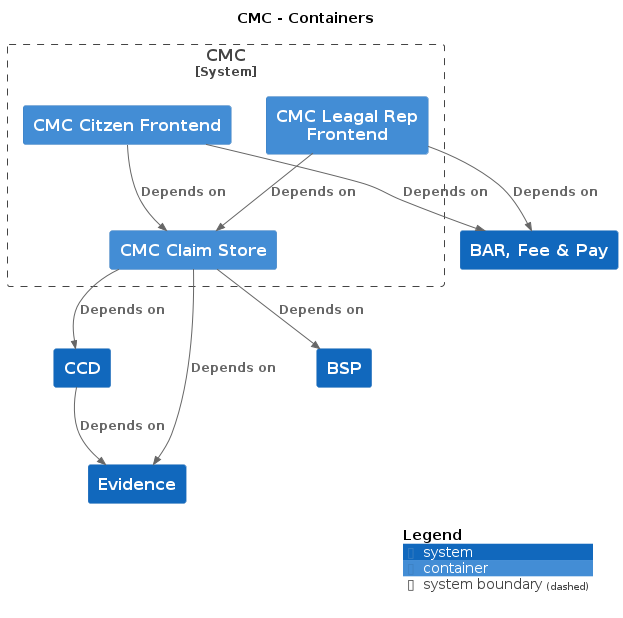
Before: docs/c4/cmc/images/structurizr-cmc-overview.png, a diagram exported from PlantUML (hmcts/cnp-api-docs). The source it was exported from:
```plantuml
@startuml
set separator none
title CMC - Containers

top to bottom direction

!include <C4/C4>
!include <C4/C4_Context>
!include <C4/C4_Container>

System(CCD, "CCD", $descr="", $tags="", $link="")
System(BSP, "BSP", $descr="", $tags="", $link="")
System(BARFeePay, "BAR, Fee & Pay", $descr="", $tags="", $link="")
System(Evidence, "Evidence", $descr="", $tags="", $link="")

System_Boundary("CMC_boundary", "CMC", $tags="") {
  Container(CMC.CMCCitzenFrontend, "CMC Citzen Frontend", $techn="", $descr="", $tags="", $link="")
  Container(CMC.CMCLeagalRepFrontend, "CMC Leagal Rep Frontend", $techn="", $descr="", $tags="", $link="")
  Container(CMC.CMCClaimStore, "CMC Claim Store", $techn="", $descr="", $tags="", $link="")
}

Rel_D(CCD, Evidence, "Depends on", $techn="", $tags="", $link="")
Rel_D(CMC.CMCCitzenFrontend, CMC.CMCClaimStore, "Depends on", $techn="", $tags="", $link="")
Rel_D(CMC.CMCCitzenFrontend, BARFeePay, "Depends on", $techn="", $tags="", $link="")
Rel_D(CMC.CMCLeagalRepFrontend, CMC.CMCClaimStore, "Depends on", $techn="", $tags="", $link="")
Rel_D(CMC.CMCLeagalRepFrontend, BARFeePay, "Depends on", $techn="", $tags="", $link="")
Rel_D(CMC.CMCClaimStore, CCD, "Depends on", $techn="", $tags="", $link="")
Rel_D(CMC.CMCClaimStore, Evidence, "Depends on", $techn="", $tags="", $link="")
Rel_D(CMC.CMCClaimStore, BSP, "Depends on", $techn="", $tags="", $link="")

SHOW_DYNAMIC_LEGEND()
@enduml
```
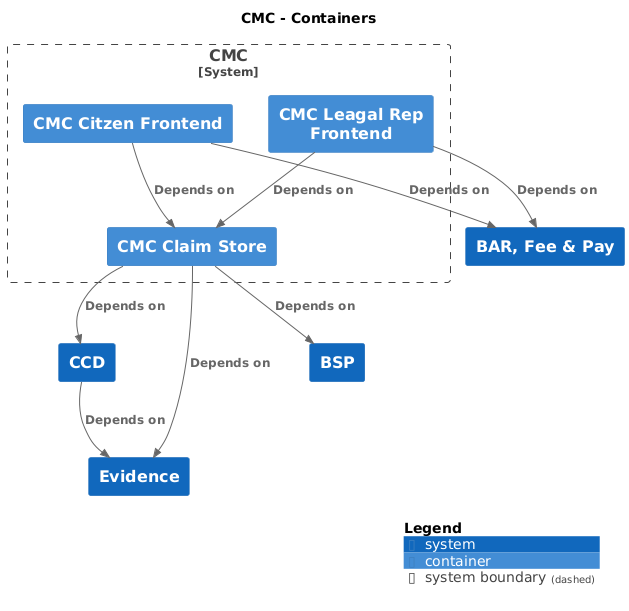
The same diagram one commit later.

Diff of the diagram source:
```diff
@@ -8,10 +8,10 @@
 !include <C4/C4_Context>
 !include <C4/C4_Container>
 
+System(BARFeePay, "BAR, Fee & Pay", $descr="", $tags="", $link="")
 System(CCD, "CCD", $descr="", $tags="", $link="")
+System(Evidence, "Evidence", $descr="", $tags="", $link="")
 System(BSP, "BSP", $descr="", $tags="", $link="")
-System(BARFeePay, "BAR, Fee & Pay", $descr="", $tags="", $link="")
-System(Evidence, "Evidence", $descr="", $tags="", $link="")
 
 System_Boundary("CMC_boundary", "CMC", $tags="") {
   Container(CMC.CMCCitzenFrontend, "CMC Citzen Frontend", $techn="", $descr="", $tags="", $link="")
@@ -19,14 +19,14 @@
   Container(CMC.CMCClaimStore, "CMC Claim Store", $techn="", $descr="", $tags="", $link="")
 }
 
-Rel_D(CCD, Evidence, "Depends on", $techn="", $tags="", $link="")
-Rel_D(CMC.CMCCitzenFrontend, CMC.CMCClaimStore, "Depends on", $techn="", $tags="", $link="")
-Rel_D(CMC.CMCCitzenFrontend, BARFeePay, "Depends on", $techn="", $tags="", $link="")
-Rel_D(CMC.CMCLeagalRepFrontend, CMC.CMCClaimStore, "Depends on", $techn="", $tags="", $link="")
-Rel_D(CMC.CMCLeagalRepFrontend, BARFeePay, "Depends on", $techn="", $tags="", $link="")
-Rel_D(CMC.CMCClaimStore, CCD, "Depends on", $techn="", $tags="", $link="")
-Rel_D(CMC.CMCClaimStore, Evidence, "Depends on", $techn="", $tags="", $link="")
-Rel_D(CMC.CMCClaimStore, BSP, "Depends on", $techn="", $tags="", $link="")
+Rel(CCD, Evidence, "Depends on", $techn="", $tags="", $link="")
+Rel(CMC.CMCCitzenFrontend, CMC.CMCClaimStore, "Depends on", $techn="", $tags="", $link="")
+Rel(CMC.CMCCitzenFrontend, BARFeePay, "Depends on", $techn="", $tags="", $link="")
+Rel(CMC.CMCLeagalRepFrontend, CMC.CMCClaimStore, "Depends on", $techn="", $tags="", $link="")
+Rel(CMC.CMCLeagalRepFrontend, BARFeePay, "Depends on", $techn="", $tags="", $link="")
+Rel(CMC.CMCClaimStore, CCD, "Depends on", $techn="", $tags="", $link="")
+Rel(CMC.CMCClaimStore, Evidence, "Depends on", $techn="", $tags="", $link="")
+Rel(CMC.CMCClaimStore, BSP, "Depends on", $techn="", $tags="", $link="")
 
 SHOW_DYNAMIC_LEGEND()
 @enduml
```
